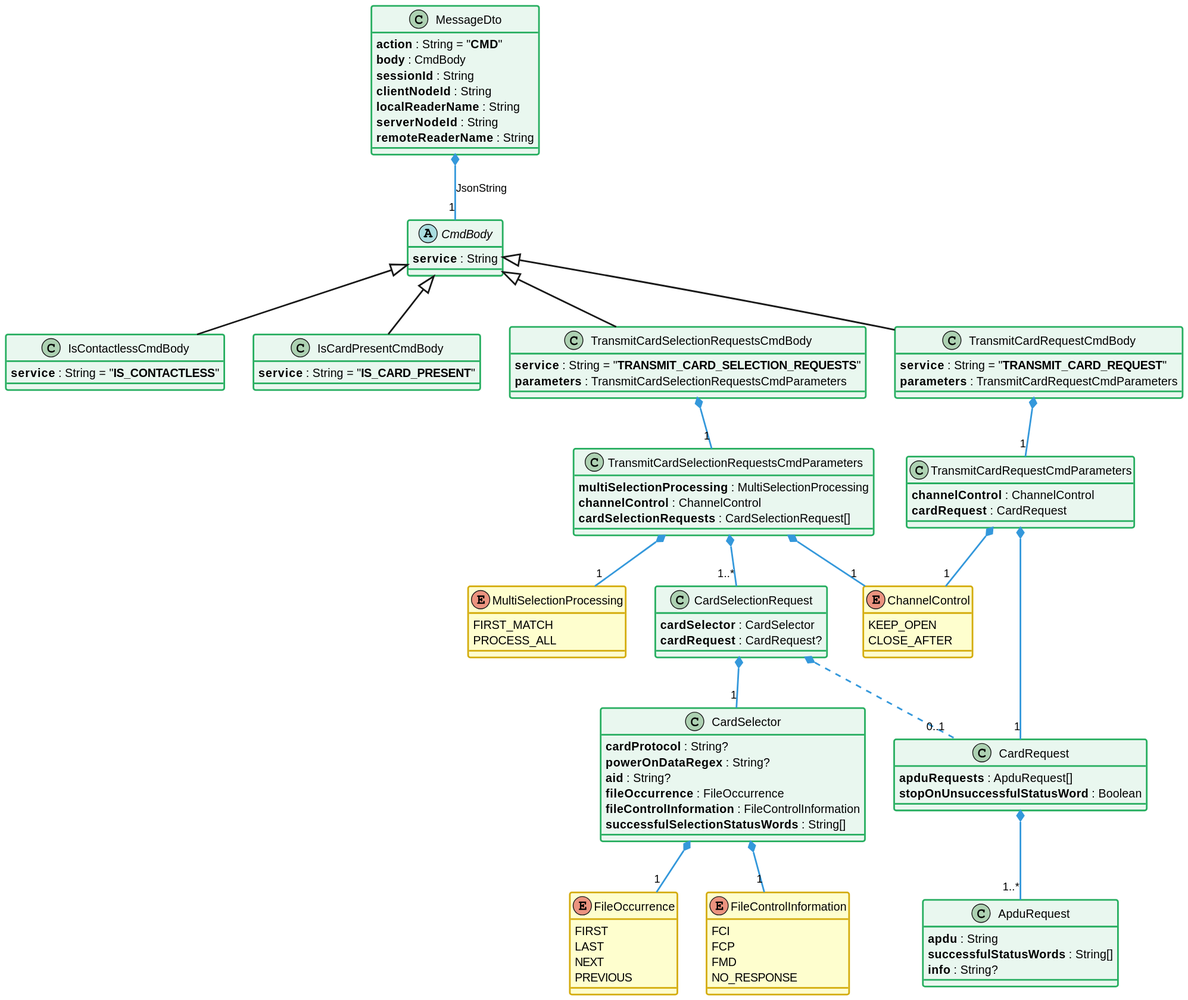
Earlier version of the PlantUML export static/media/learn/user-guide/server-json-api-1-0/serverJsonApi_classDiagram_cmd.svg (eclipse-keyple/keyple-website). Source of this version:
```plantuml
@startuml


!define C_GREY1 F8F9F9
!define C_GREY2 F2F3F4
!define C_GREY3 E5E7E9
!define C_GREY4 D7DBDD
!define C_GREY5 CACFD2
!define C_GREY6 BDC3C7
!define C_LINK 3498DB
!define C_USE 27AE60

skinparam stereotypeABorderColor #A9DCDF
skinparam stereotypeIBorderColor #B4A7E5
skinparam stereotypeCBorderColor #ADD1B2
skinparam stereotypeEBorderColor #EB93DF

skinparam ClassBorderThickness 2
skinparam ArrowThickness 2

skinparam ClassBackgroundColor #FEFECE
skinparam ClassBorderColor #D4AC0D
skinparam ClassBackgroundColor<<red>> #FDEDEC
skinparam ClassBorderColor<<red>> #E74C3C
hide <<red>> stereotype
skinparam ClassBackgroundColor<<purple>> #F4ECF7
skinparam ClassBorderColor<<purple>> #8E44AD
hide <<purple>> stereotype
skinparam ClassBackgroundColor<<blue>> #EBF5FB
skinparam ClassBorderColor<<blue>> #3498DB
hide <<blue>> stereotype
skinparam ClassBackgroundColor<<green>> #E9F7EF
skinparam ClassBorderColor<<green>> #27AE60
hide <<green>> stereotype
skinparam ClassBackgroundColor<<grey>> #EAECEE
skinparam ClassBorderColor<<grey>> #2C3E50
hide <<grey>> stereotype


class MessageDto {
    **action** : String = "**CMD**"
    **body** : CmdBody
    **sessionId** : String
    **clientNodeId** : String
    **localReaderName** : String
    **serverNodeId** : String
    **remoteReaderName** : String
}
abstract class CmdBody {
    **service** : String
}

class IsContactlessCmdBody extends CmdBody {
    **service** : String = "**IS_CONTACTLESS**"
}

class IsCardPresentCmdBody extends CmdBody {
    **service** : String = "**IS_CARD_PRESENT**"
}

class TransmitCardSelectionRequestsCmdBody extends CmdBody {
    **service** : String = "**TRANSMIT_CARD_SELECTION_REQUESTS**"
    **parameters** : TransmitCardSelectionRequestsCmdParameters
}
class TransmitCardSelectionRequestsCmdParameters {
    **multiSelectionProcessing** : MultiSelectionProcessing
    **channelControl** : ChannelControl
    **cardSelectionRequests** : CardSelectionRequest[]
}
enum MultiSelectionProcessing {
    FIRST_MATCH
    PROCESS_ALL
}
class CardSelectionRequest {
    **cardSelector** : CardSelector
    **cardRequest** : CardRequest?
}
class CardSelector {
    **cardProtocol** : String?
    **powerOnDataRegex** : String?
    **aid** : String?
    **fileOccurrence** : FileOccurrence
    **fileControlInformation** : FileControlInformation
    **successfulSelectionStatusWords** : String[]
}
enum FileOccurrence {
    FIRST
    LAST
    NEXT
    PREVIOUS
}
enum FileControlInformation {
    FCI
    FCP
    FMD
    NO_RESPONSE
}
class CardRequest {
    **apduRequests** : ApduRequest[]
    **stopOnUnsuccessfulStatusWord** : Boolean
}
class ApduRequest {
    **apdu** : String
    **successfulStatusWords** : String[]
    **info** : String?
}
enum ChannelControl {
    KEEP_OPEN
    CLOSE_AFTER
}

class TransmitCardRequestCmdBody extends CmdBody {
    **service** : String = "**TRANSMIT_CARD_REQUEST**"
    **parameters** : TransmitCardRequestCmdParameters
}
class TransmitCardRequestCmdParameters {
    **channelControl** : ChannelControl
    **cardRequest** : CardRequest
}


MessageDto *-- "1" CmdBody #C_LINK : JsonString

TransmitCardSelectionRequestsCmdBody *-- "1" TransmitCardSelectionRequestsCmdParameters #C_LINK

TransmitCardSelectionRequestsCmdParameters *-- "1..*" CardSelectionRequest #C_LINK
TransmitCardSelectionRequestsCmdParameters *-- "1" MultiSelectionProcessing #C_LINK
TransmitCardSelectionRequestsCmdParameters *-- "1" ChannelControl #C_LINK

CardSelectionRequest *-- "1" CardSelector #C_LINK
CardSelectionRequest *.. "0..1" CardRequest #C_LINK

CardSelector *-- "1" FileOccurrence #C_LINK
CardSelector *-- "1" FileControlInformation #C_LINK

CardRequest *-- "1..*" ApduRequest #C_LINK

TransmitCardRequestCmdBody *-- "1" TransmitCardRequestCmdParameters #C_LINK

TransmitCardRequestCmdParameters *-- "1" ChannelControl #C_LINK
TransmitCardRequestCmdParameters *-- "1" CardRequest #C_LINK



class MessageDto <<green>>
abstract class CmdBody <<green>>

class TransmitCardSelectionRequestsCmdBody <<green>>
class TransmitCardSelectionRequestsCmdParameters <<green>>
class CardSelectionRequest <<green>>
class CardSelector <<green>>
class CardRequest <<green>>
class ApduRequest <<green>>

class TransmitCardRequestCmdBody <<green>>
class TransmitCardRequestCmdParameters <<green>>

class IsCardPresentCmdBody <<green>>

class IsContactlessCmdBody <<green>>
@enduml
```
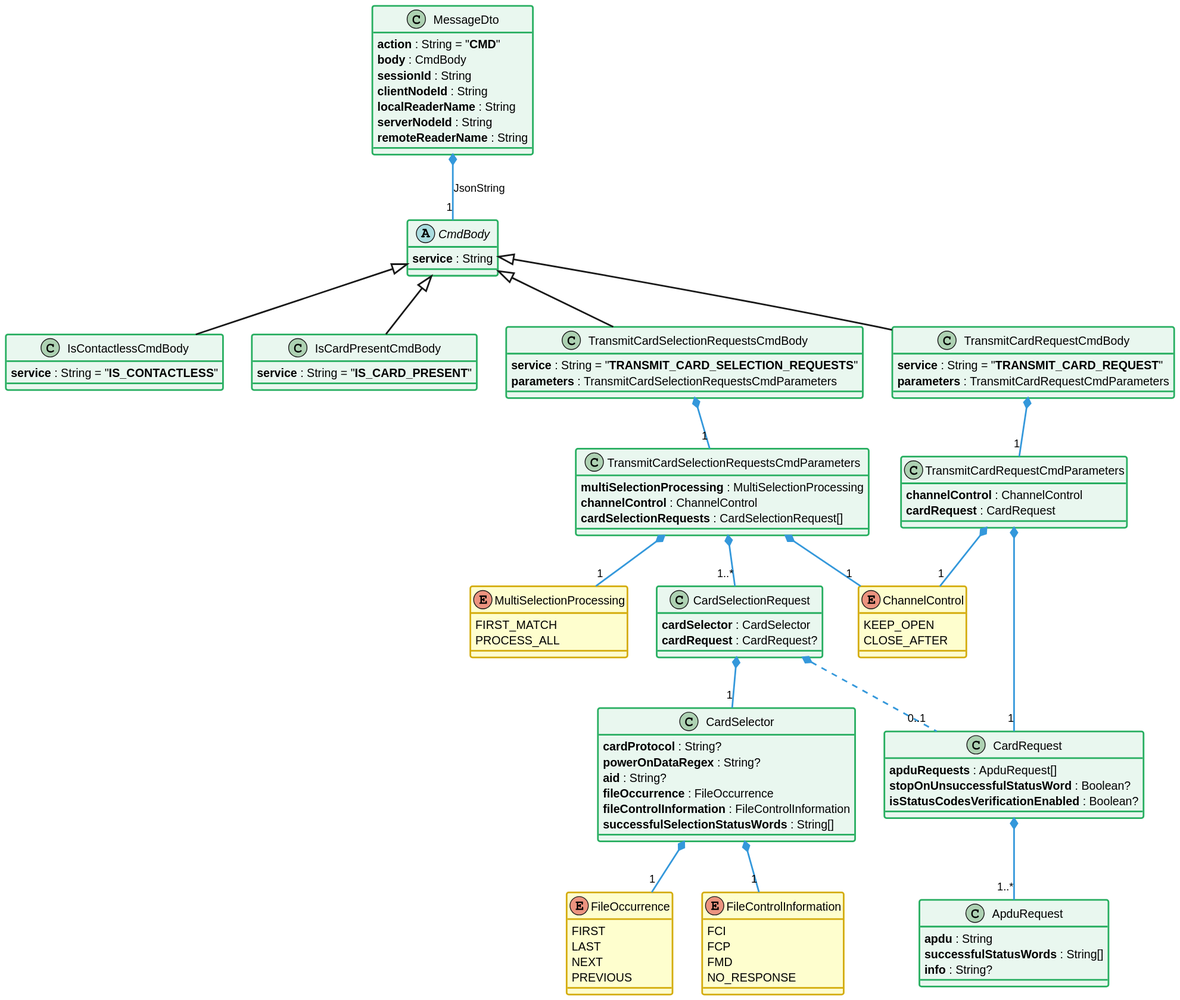
After the commit.

The edit, as a diff of the source:
```diff
@@ -97,7 +97,8 @@
 }
 class CardRequest {
     **apduRequests** : ApduRequest[]
-    **stopOnUnsuccessfulStatusWord** : Boolean
+    **stopOnUnsuccessfulStatusWord** : Boolean?
+    **isStatusCodesVerificationEnabled** : Boolean?
 }
 class ApduRequest {
     **apdu** : String
```
